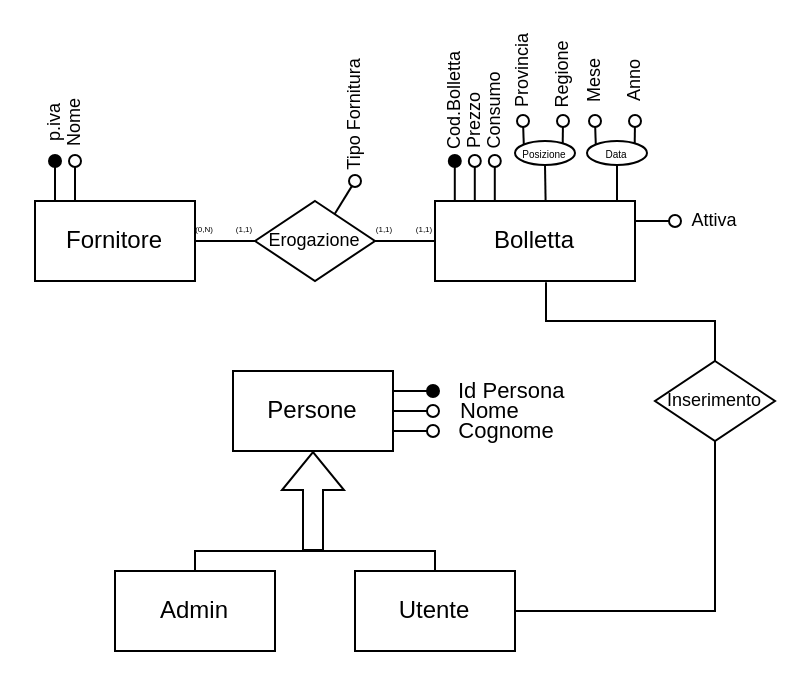
Before: page "Diagramma ER" (2 of 3) of ElectricalTheftModificato.drawio in Moriarty2002/electricity-theft, a draw.io diagram. Source tidied: cells renumbered, new cells numbered last; positions are measured from the earlier drawing's top-left corner, leaving out a move shared by most shapes. Both pictures are drawn from the tidied source at 200%, with x=0, y=0 at pixel (34, 60).
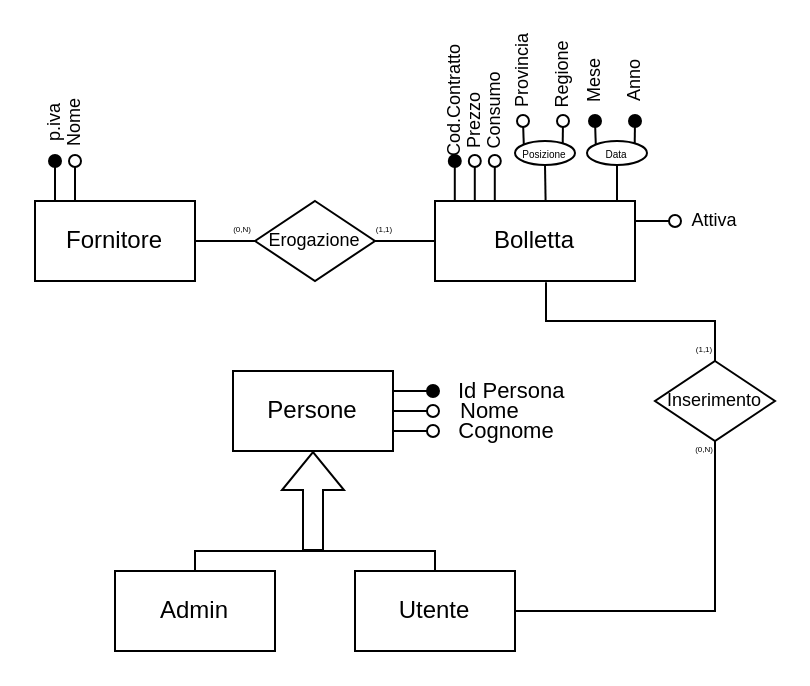
The same diagram, later.

Unchanged cells that the change refers to:
```xml
<mxCell id="4" value="Erogazione" style="rhombus;whiteSpace=wrap;html=1;fontSize=9;" parent="1" vertex="1">
  <mxGeometry x="110" y="70" width="60" height="40" as="geometry" />
</mxCell>
<mxCell id="42" value="Data" style="ellipse;whiteSpace=wrap;html=1;fontFamily=Helvetica;fontSize=5;fontColor=default;" parent="1" vertex="1">
  <mxGeometry x="276" y="40" width="30" height="12" as="geometry" />
</mxCell>
```

What changed in the source:
```diff
@@
-    <mxCell id="12" value="Cod.Bolletta" style="text;html=1;strokeColor=none;fillColor=none;align=center;verticalAlign=middle;whiteSpace=wrap;rounded=0;fontSize=9;fontFamily=Helvetica;fontColor=default;rotation=270;" parent="1" vertex="1">
+    <mxCell id="12" value="Cod.Contratto" style="text;html=1;strokeColor=none;fillColor=none;align=center;verticalAlign=middle;whiteSpace=wrap;rounded=0;fontSize=9;fontFamily=Helvetica;fontColor=default;rotation=270;" parent="1" vertex="1">
       <mxGeometry x="200" y="15" width="20" height="10" as="geometry" />
     </mxCell>
@@
-    <mxCell id="14" value="Tipo Fornitura" style="text;html=1;strokeColor=none;fillColor=none;align=center;verticalAlign=middle;whiteSpace=wrap;rounded=0;fontSize=9;fontFamily=Helvetica;fontColor=default;rotation=270;" parent="1" vertex="1">
-      <mxGeometry x="130" y="22" width="60" height="10" as="geometry" />
-    </mxCell>
-    <mxCell id="15" style="endArrow=oval;html=1;rounded=0;labelBackgroundColor=default;strokeColor=default;align=center;verticalAlign=middle;fontFamily=Helvetica;fontSize=11;fontColor=default;shape=connector;endFill=0;exitX=0.664;exitY=0.163;exitDx=0;exitDy=0;exitPerimeter=0;" parent="1" edge="1" source="4">
-      <mxGeometry relative="1" as="geometry">
-        <mxPoint x="160" y="60" as="targetPoint" />
-      </mxGeometry>
-    </mxCell>
@@
-    <mxCell id="37" value="(1,1)" style="text;html=1;strokeColor=none;fillColor=none;align=center;verticalAlign=middle;whiteSpace=wrap;rounded=0;fontSize=4;fontFamily=Helvetica;fontColor=default;" parent="1" vertex="1">
-      <mxGeometry x="170" y="80" width="10" height="10" as="geometry" />
-    </mxCell>
     <mxCell id="38" value="(1,1)" style="text;html=1;strokeColor=none;fillColor=none;align=center;verticalAlign=middle;whiteSpace=wrap;rounded=0;fontSize=4;fontFamily=Helvetica;fontColor=default;" parent="1" vertex="1">
-      <mxGeometry x="190" y="80" width="10" height="10" as="geometry" />
+      <mxGeometry x="170" y="80" width="10" height="10" as="geometry" />
     </mxCell>
     <mxCell id="39" value="(0,N)" style="text;html=1;strokeColor=none;fillColor=none;align=center;verticalAlign=middle;whiteSpace=wrap;rounded=0;fontSize=4;fontFamily=Helvetica;fontColor=default;" parent="1" vertex="1">
-      <mxGeometry x="80" y="80" width="10" height="10" as="geometry" />
+      <mxGeometry x="99" y="80" width="10" height="10" as="geometry" />
     </mxCell>
-    <mxCell id="40" value="(1,1)" style="text;html=1;strokeColor=none;fillColor=none;align=center;verticalAlign=middle;whiteSpace=wrap;rounded=0;fontSize=4;fontFamily=Helvetica;fontColor=default;" parent="1" vertex="1">
-      <mxGeometry x="100" y="80" width="10" height="10" as="geometry" />
-    </mxCell>
@@
-    <mxCell id="44" style="endArrow=oval;html=1;rounded=0;labelBackgroundColor=default;strokeColor=default;align=center;verticalAlign=middle;fontFamily=Helvetica;fontSize=11;fontColor=default;shape=connector;endFill=0;exitX=0.795;exitY=0.125;exitDx=0;exitDy=0;exitPerimeter=0;" parent="1" edge="1" source="42">
+    <mxCell id="44" style="endArrow=oval;html=1;rounded=0;labelBackgroundColor=default;strokeColor=default;align=center;verticalAlign=middle;fontFamily=Helvetica;fontSize=11;fontColor=default;shape=connector;endFill=1;exitX=0.795;exitY=0.125;exitDx=0;exitDy=0;exitPerimeter=0;" parent="1" edge="1" source="42">
       <mxGeometry relative="1" as="geometry">
         <mxPoint x="300" y="30" as="targetPoint" />
       </mxGeometry>
     </mxCell>
@@
-    <mxCell id="46" style="endArrow=oval;html=1;rounded=0;labelBackgroundColor=default;strokeColor=default;align=center;verticalAlign=middle;fontFamily=Helvetica;fontSize=11;fontColor=default;shape=connector;endFill=0;exitX=0;exitY=0;exitDx=0;exitDy=0;" parent="1" edge="1" source="42">
+    <mxCell id="46" style="endArrow=oval;html=1;rounded=0;labelBackgroundColor=default;strokeColor=default;align=center;verticalAlign=middle;fontFamily=Helvetica;fontSize=11;fontColor=default;shape=connector;endFill=1;exitX=0;exitY=0;exitDx=0;exitDy=0;" parent="1" edge="1" source="42">
       <mxGeometry relative="1" as="geometry">
         <mxPoint x="280" y="30" as="targetPoint" />
       </mxGeometry>
     </mxCell>
@@
+    <mxCell id="52" value="(0,N)" style="text;html=1;strokeColor=none;fillColor=none;align=center;verticalAlign=middle;whiteSpace=wrap;rounded=0;fontSize=4;fontFamily=Helvetica;fontColor=default;" parent="1" vertex="1">
+      <mxGeometry x="330" y="190" width="10" height="10" as="geometry" />
+    </mxCell>
+    <mxCell id="53" value="(1,1)" style="text;html=1;strokeColor=none;fillColor=none;align=center;verticalAlign=middle;whiteSpace=wrap;rounded=0;fontSize=4;fontFamily=Helvetica;fontColor=default;" parent="1" vertex="1">
+      <mxGeometry x="330" y="140" width="10" height="10" as="geometry" />
+    </mxCell>
```
